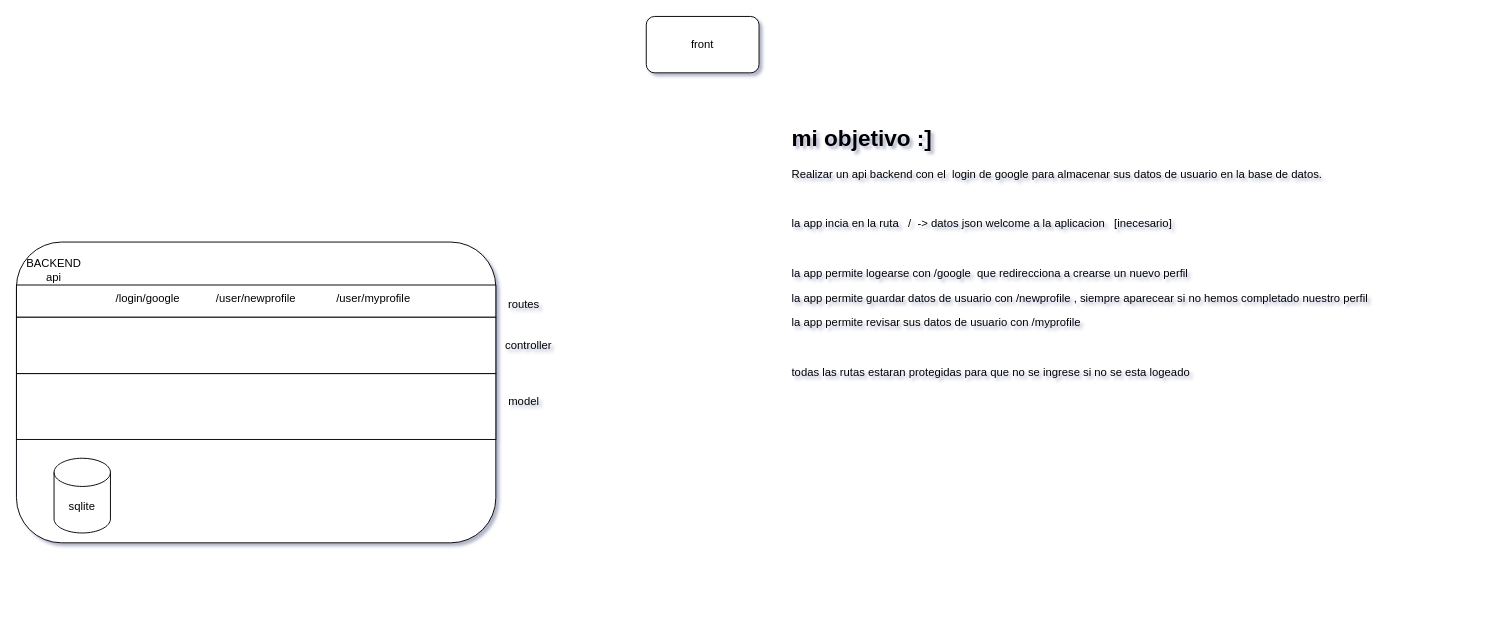
Freddymhs/-example_API-NodeJS-Oauth2-sqlite keeps this draw.io diagram as despliegue.drawio. Above is the earlier version. Source tidied: cells renumbered, new cells numbered last; positions are measured from the earlier drawing's top-left corner, leaving out a move shared by most shapes. Both pictures are drawn from the tidied source at 94%, with x=0, y=0 at pixel (16, 16).
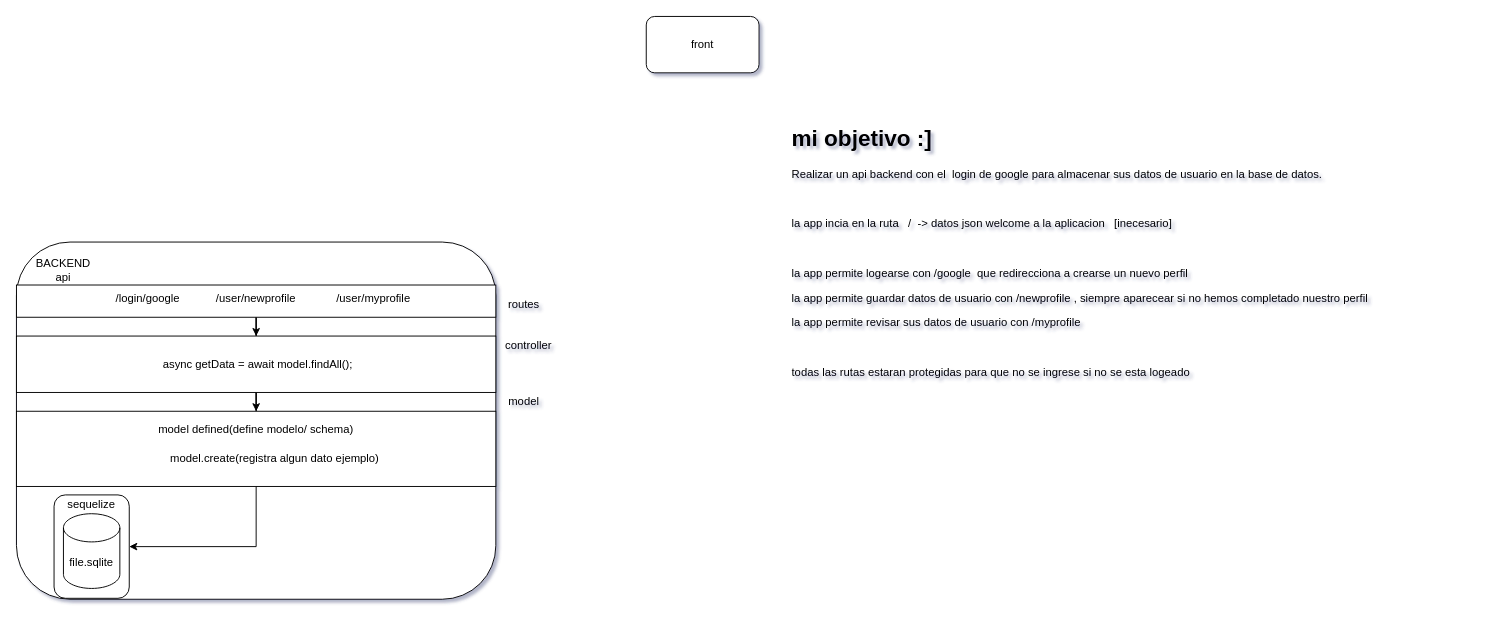
After the change.

Commit message (it also covers changes not shown here):
configurando entorno aun :] , bd sqlite , modelo,controlador, rutas

The change refers to these unchanged cells:
```xml
<mxCell id="6" style="rounded=0;whiteSpace=wrap;html=1;" parent="2" vertex="1">
  <mxGeometry y="45.7" width="510" height="34.3" as="geometry" />
</mxCell>
```

Diff of the diagram source:
```diff
@@
     <mxCell id="2" style="group;" parent="1" vertex="1">
-      <mxGeometry y="240" width="510" height="320" as="geometry" />
+      <mxGeometry y="240" width="513" height="380" as="geometry" />
     </mxCell>
     <mxCell id="3" style="rounded=1;whiteSpace=wrap;html=1;" parent="2" vertex="1">
-      <mxGeometry width="510" height="320" as="geometry" />
+      <mxGeometry width="510" height="380" as="geometry" />
     </mxCell>
     <mxCell id="4" value="BACKEND api" style="text;html=1;strokeColor=none;fillColor=none;align=center;verticalAlign=middle;whiteSpace=wrap;rounded=0;" parent="2" vertex="1">
-      <mxGeometry x="20" y="15.2" width="40" height="30.5" as="geometry" />
+      <mxGeometry x="30" y="15.2" width="40" height="30.5" as="geometry" />
     </mxCell>
-    <mxCell id="5" value="sqlite" style="shape=cylinder3;whiteSpace=wrap;html=1;boundedLbl=1;backgroundOutline=1;size=15;" parent="2" vertex="1">
-      <mxGeometry x="40" y="230" width="60" height="79.5" as="geometry" />
-    </mxCell>
+    <mxCell id="17" style="edgeStyle=orthogonalEdgeStyle;rounded=0;jettySize=auto;html=1;entryX=0.5;entryY=0;entryDx=0;entryDy=0;" parent="2" edge="1" source="6" target="10">
+      <mxGeometry relative="1" as="geometry" />
+    </mxCell>
@@
+    <mxCell id="18" style="edgeStyle=orthogonalEdgeStyle;rounded=0;jettySize=auto;html=1;entryX=0.5;entryY=0;entryDx=0;entryDy=0;" parent="2" edge="1" source="10" target="11">
+      <mxGeometry relative="1" as="geometry" />
+    </mxCell>
     <mxCell id="10" style="rounded=0;whiteSpace=wrap;html=1;" parent="2" vertex="1">
-      <mxGeometry y="80" width="510" height="60" as="geometry" />
+      <mxGeometry y="100" width="510" height="60" as="geometry" />
     </mxCell>
+    <mxCell id="19" style="edgeStyle=orthogonalEdgeStyle;rounded=0;jettySize=auto;html=1;entryX=1;entryY=0.5;entryDx=0;entryDy=0;" parent="2" edge="1" source="11" target="24">
+      <mxGeometry relative="1" as="geometry" />
+    </mxCell>
     <mxCell id="11" style="rounded=0;whiteSpace=wrap;html=1;" parent="2" vertex="1">
-      <mxGeometry y="140" width="510" height="70" as="geometry" />
+      <mxGeometry y="180" width="510" height="80" as="geometry" />
     </mxCell>
+    <mxCell id="20" value="async getData = await model.findAll();" style="text;html=1;strokeColor=none;fillColor=none;align=center;verticalAlign=middle;whiteSpace=wrap;rounded=0;" parent="2" vertex="1">
+      <mxGeometry x="146.5" y="120" width="220" height="20" as="geometry" />
+    </mxCell>
+    <mxCell id="21" value="model defined(define modelo/ schema)" style="text;html=1;strokeColor=none;fillColor=none;align=center;verticalAlign=middle;whiteSpace=wrap;rounded=0;" parent="2" vertex="1">
+      <mxGeometry x="145" y="190" width="220" height="20" as="geometry" />
+    </mxCell>
+    <mxCell id="22" value="model.create(registra algun dato ejemplo)" style="text;html=1;strokeColor=none;fillColor=none;align=center;verticalAlign=middle;whiteSpace=wrap;rounded=0;" parent="2" vertex="1">
+      <mxGeometry x="130" y="220" width="290" height="20" as="geometry" />
+    </mxCell>
+    <mxCell id="23" style="group;" parent="2" vertex="1">
+      <mxGeometry x="40" y="269" width="80" height="110" as="geometry" />
+    </mxCell>
+    <mxCell id="24" style="rounded=1;whiteSpace=wrap;html=1;" parent="23" vertex="1">
+      <mxGeometry width="80" height="110" as="geometry" />
+    </mxCell>
+    <mxCell id="25" value="file.sqlite" style="shape=cylinder3;whiteSpace=wrap;html=1;boundedLbl=1;backgroundOutline=1;size=15;" parent="23" vertex="1">
+      <mxGeometry x="10" y="20" width="60" height="79.5" as="geometry" />
+    </mxCell>
+    <mxCell id="26" value="sequelize" style="text;html=1;strokeColor=none;fillColor=none;align=center;verticalAlign=middle;whiteSpace=wrap;rounded=0;" parent="23" vertex="1">
+      <mxGeometry x="20" width="40" height="20" as="geometry" />
+    </mxCell>
```
